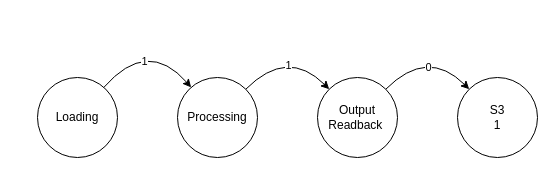
Before: rgb-to-greyscale/state_transition.drawio in DavidAGN05/processor, a draw.io diagram. Source tidied: cells renumbered, new cells numbered last; positions are measured from the earlier drawing's top-left corner, leaving out a move shared by most shapes. Both pictures are drawn from the tidied source at 100%, with x=0, y=0 at pixel (37, 37).
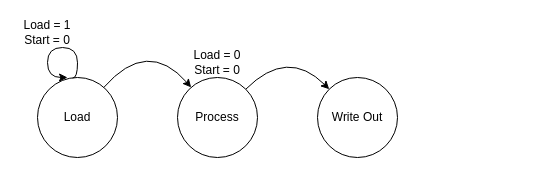
After the change.

The edit, as a diff of the source:
```diff
@@
 <mxGraphModel>
   <root>
     <mxCell id="0" />
     <mxCell id="1" parent="0" />
     <mxCell id="2" style="edgeStyle=none;html=1;rounded=0;curved=1;" parent="1" edge="1" source="4" target="7">
       <mxGeometry relative="1" as="geometry">
         <Array as="points">
           <mxPoint x="110" />
         </Array>
       </mxGeometry>
     </mxCell>
-    <mxCell id="3" value="1" style="edgeLabel;html=1;align=center;verticalAlign=middle;" parent="2" vertex="1">
-      <mxGeometry x="-0.3" y="-13" relative="1" as="geometry" />
-    </mxCell>
-    <mxCell id="4" value="Loading" style="ellipse;whiteSpace=wrap;html=1;" parent="1" vertex="1">
+    <mxCell id="4" value="Load" style="ellipse;whiteSpace=wrap;html=1;" parent="1" vertex="1">
       <mxGeometry y="40" width="80" height="80" as="geometry" />
     </mxCell>
     <mxCell id="5" style="edgeStyle=none;html=1;rounded=0;curved=1;" parent="1" edge="1" source="7" target="10">
       <mxGeometry relative="1" as="geometry">
         <Array as="points">
           <mxPoint x="250" y="10" />
         </Array>
       </mxGeometry>
     </mxCell>
-    <mxCell id="6" value="1" style="edgeLabel;html=1;align=center;verticalAlign=middle;" parent="5" vertex="1">
-      <mxGeometry x="0.22" y="-12" relative="1" as="geometry" />
-    </mxCell>
-    <mxCell id="7" value="Processing" style="ellipse;whiteSpace=wrap;html=1;" parent="1" vertex="1">
+    <mxCell id="7" value="Process" style="ellipse;whiteSpace=wrap;html=1;" parent="1" vertex="1">
       <mxGeometry x="140" y="40" width="80" height="80" as="geometry" />
     </mxCell>
-    <mxCell id="8" style="edgeStyle=none;html=1;rounded=0;curved=1;" parent="1" edge="1" source="10" target="11">
-      <mxGeometry relative="1" as="geometry">
-        <Array as="points">
-          <mxPoint x="390" y="10" />
-        </Array>
-      </mxGeometry>
-    </mxCell>
-    <mxCell id="9" value="0" style="edgeLabel;html=1;align=center;verticalAlign=middle;" parent="8" vertex="1">
-      <mxGeometry x="0.24" y="-13" relative="1" as="geometry" />
-    </mxCell>
-    <mxCell id="10" value="Output Readback&amp;nbsp;" style="ellipse;whiteSpace=wrap;html=1;" parent="1" vertex="1">
+    <mxCell id="10" value="Write Out" style="ellipse;whiteSpace=wrap;html=1;" parent="1" vertex="1">
       <mxGeometry x="280" y="40" width="80" height="80" as="geometry" />
     </mxCell>
-    <mxCell id="11" value="S3&lt;div&gt;1&lt;/div&gt;" style="ellipse;whiteSpace=wrap;html=1;" parent="1" vertex="1">
-      <mxGeometry x="420" y="40" width="80" height="80" as="geometry" />
-    </mxCell>
+    <mxCell id="12" style="curved=1;curveGeometry=1;endArrow=classic;html=1;exitX=0.439;exitY=0.007;exitDx=0;exitDy=0;entryX=0.375;entryY=0;entryDx=0;entryDy=0;entryPerimeter=0;edgeStyle=orthogonalEdgeStyle;innerLoopWaypoints=1;exitPerimeter=0;" parent="1" edge="1" source="4" target="4">
+      <mxGeometry x="-0.06" relative="1" as="geometry">
+        <Array as="points">
+          <mxPoint x="40" y="40.6" />
+          <mxPoint x="40" y="10" />
+          <mxPoint x="10" y="10" />
+          <mxPoint x="10" y="40" />
+        </Array>
+      </mxGeometry>
+    </mxCell>
+    <mxCell id="13" value="Load = 1&lt;div&gt;Start = 0&lt;/div&gt;" style="text;html=1;whiteSpace=wrap;strokeColor=none;fillColor=none;align=center;verticalAlign=middle;rounded=0;" parent="1" vertex="1">
+      <mxGeometry x="-20" y="-20" width="60" height="30" as="geometry" />
+    </mxCell>
+    <mxCell id="14" value="Load = 0&lt;div&gt;Start = 0&lt;/div&gt;" style="text;html=1;whiteSpace=wrap;strokeColor=none;fillColor=none;align=center;verticalAlign=middle;rounded=0;" parent="1" vertex="1">
+      <mxGeometry x="150" y="10" width="60" height="30" as="geometry" />
+    </mxCell>
   </root>
 </mxGraphModel>
```
